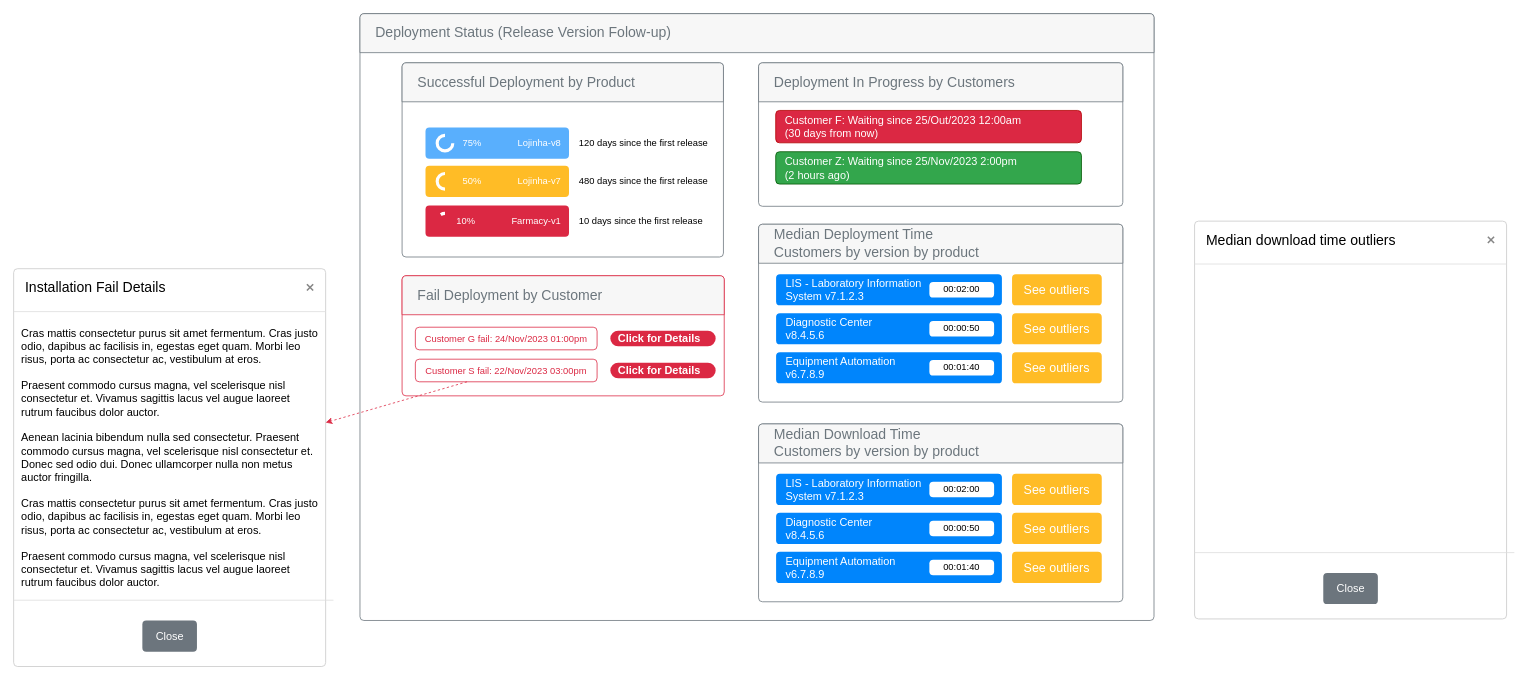
Above: page "Release Version FUP" (4 of 5) of docs/release-manager.drawio in release-manager-2023/concurso-intersystems-2023 (draw.io), before the change. Source tidied: cells renumbered, new cells numbered last; positions are measured from the earlier drawing's top-left corner, leaving out a move shared by most shapes. Both pictures are drawn from the tidied source at 78%, with x=0, y=0 at pixel (13, 13).
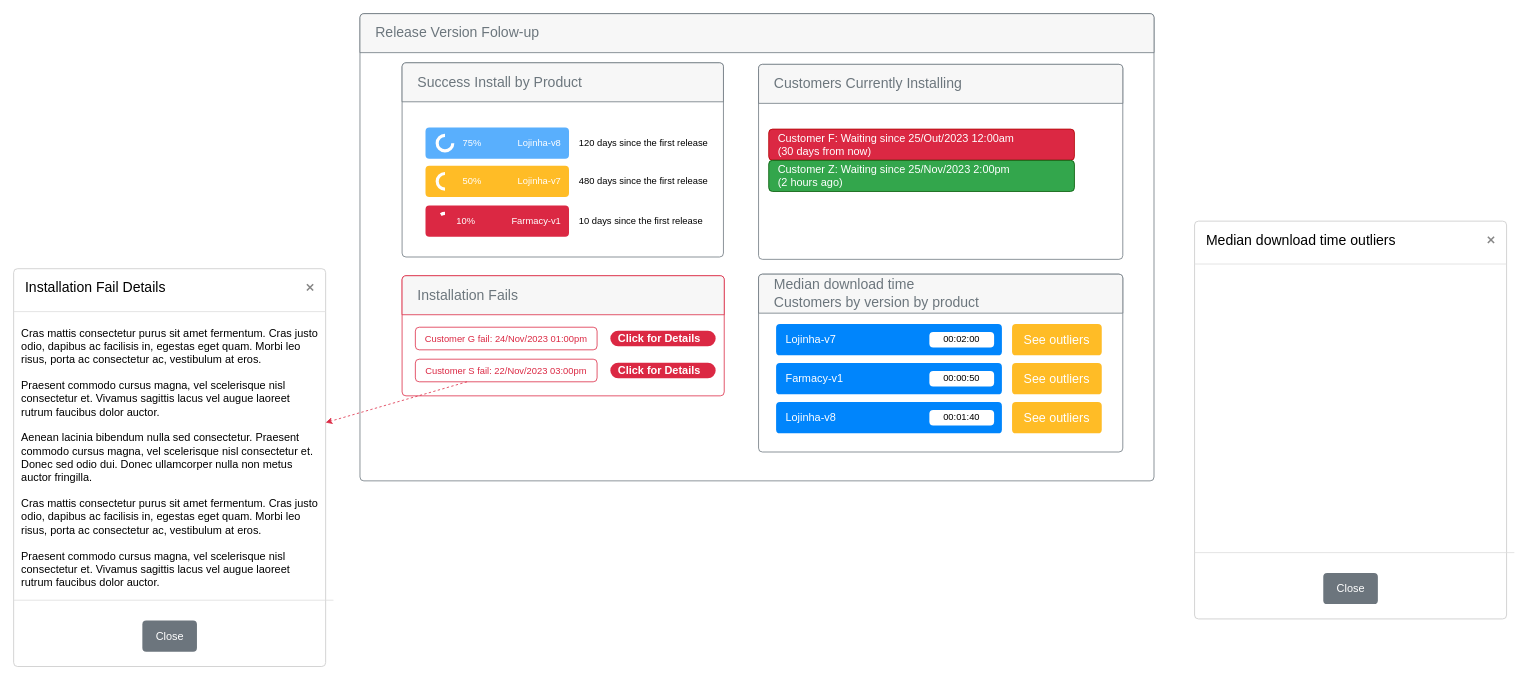
The same diagram, later.

Unchanged cells that the change refers to:
```xml
<mxCell id="4" style="html=1;shadow=0;dashed=0;shape=mxgraph.bootstrap.rrect;rSize=5;strokeColor=#6C767D;html=1;whiteSpace=wrap;fillColor=#ffffff;fontColor=#6C767D;verticalAlign=bottom;align=left;spacing=20;spacingBottom=0;fontSize=14;" parent="2" vertex="1">
  <mxGeometry x="54" y="63" width="412" height="249" as="geometry" />
</mxCell>
<mxCell id="19" style="html=1;shadow=0;dashed=0;shape=mxgraph.bootstrap.rrect;rSize=5;strokeColor=#DB2843;html=1;whiteSpace=wrap;fillColor=#ffffff;fontColor=#DB2843;verticalAlign=bottom;align=left;spacing=20;spacingBottom=0;fontSize=14;" parent="2" vertex="1">
  <mxGeometry x="54" y="336" width="413" height="154" as="geometry" />
</mxCell>
```

Diff of the diagram source:
```diff
@@
     <mxCell id="2" style="html=1;shadow=0;dashed=0;shape=mxgraph.bootstrap.rrect;rSize=5;strokeColor=#6C767D;html=1;whiteSpace=wrap;fillColor=#ffffff;fontColor=#212529;verticalAlign=bottom;align=left;spacing=20;spacingBottom=0;fontSize=14;" parent="1" vertex="1">
-      <mxGeometry x="444" width="1018" height="778" as="geometry" />
+      <mxGeometry x="444" width="1018" height="599" as="geometry" />
     </mxCell>
-    <mxCell id="3" value="Deployment Status (Release Version Folow-up)" style="html=1;shadow=0;dashed=0;shape=mxgraph.bootstrap.topButton;rSize=5;perimeter=none;whiteSpace=wrap;fillColor=#F7F7F7;strokeColor=#6C767D;fontColor=#6C767D;fontSize=18;align=left;spacing=20;" parent="2" vertex="1">
+    <mxCell id="3" value="Release Version Folow-up" style="html=1;shadow=0;dashed=0;shape=mxgraph.bootstrap.topButton;rSize=5;perimeter=none;whiteSpace=wrap;fillColor=#F7F7F7;strokeColor=#6C767D;fontColor=#6C767D;fontSize=18;align=left;spacing=20;" parent="2" vertex="1">
       <mxGeometry width="1018" height="50" relative="1" as="geometry" />
     </mxCell>
@@
-    <mxCell id="5" value="Successful Deployment by Product" style="html=1;shadow=0;dashed=0;shape=mxgraph.bootstrap.topButton;rSize=5;perimeter=none;whiteSpace=wrap;fillColor=#F7F7F7;strokeColor=#6C767D;fontColor=#6C767D;fontSize=18;align=left;spacing=20;" parent="4" vertex="1">
+    <mxCell id="5" value="Success Install by Product" style="html=1;shadow=0;dashed=0;shape=mxgraph.bootstrap.topButton;rSize=5;perimeter=none;whiteSpace=wrap;fillColor=#F7F7F7;strokeColor=#6C767D;fontColor=#6C767D;fontSize=18;align=left;spacing=20;" parent="4" vertex="1">
       <mxGeometry width="412" height="50" relative="1" as="geometry" />
     </mxCell>
@@
     <mxCell id="15" style="html=1;shadow=0;dashed=0;shape=mxgraph.bootstrap.rrect;rSize=5;strokeColor=#6C767D;html=1;whiteSpace=wrap;fillColor=#ffffff;fontColor=#212529;verticalAlign=bottom;align=left;spacing=20;spacingBottom=0;fontSize=14;" parent="2" vertex="1">
-      <mxGeometry x="511" y="63" width="467" height="184" as="geometry" />
+      <mxGeometry x="511" y="65" width="467" height="250" as="geometry" />
     </mxCell>
-    <mxCell id="16" value="Deployment In Progress by Customers" style="html=1;shadow=0;dashed=0;shape=mxgraph.bootstrap.topButton;rSize=5;perimeter=none;whiteSpace=wrap;fillColor=#F7F7F7;strokeColor=#6C767D;fontColor=#6C767D;fontSize=18;align=left;spacing=20;" parent="15" vertex="1">
+    <mxCell id="16" value="Customers Currently Installing" style="html=1;shadow=0;dashed=0;shape=mxgraph.bootstrap.topButton;rSize=5;perimeter=none;whiteSpace=wrap;fillColor=#F7F7F7;strokeColor=#6C767D;fontColor=#6C767D;fontSize=18;align=left;spacing=20;" parent="15" vertex="1">
       <mxGeometry width="467" height="50" relative="1" as="geometry" />
     </mxCell>
     <mxCell id="17" value="Customer F: Waiting since 25/Out/2023 12:00am&lt;br&gt;(30 days from now)" style="html=1;shadow=0;dashed=0;shape=mxgraph.bootstrap.rrect;rSize=5;strokeColor=#B20000;strokeWidth=1;fillColor=#DB2843;whiteSpace=wrap;align=left;verticalAlign=middle;spacingLeft=10;fontSize=14;fontColor=#ffffff;" parent="15" vertex="1">
-      <mxGeometry x="22" y="61.1" width="392" height="41.5" as="geometry" />
+      <mxGeometry x="13" y="83" width="392" height="40" as="geometry" />
     </mxCell>
     <mxCell id="18" value="Customer Z: Waiting since 25/Nov/2023 2:00pm&lt;br&gt;(2 hours ago)" style="html=1;shadow=0;dashed=0;shape=mxgraph.bootstrap.rrect;rSize=5;strokeColor=#005700;strokeWidth=1;fillColor=#33A64C;fontColor=#ffffff;whiteSpace=wrap;align=left;verticalAlign=middle;spacingLeft=10;fontSize=14;" parent="15" vertex="1">
-      <mxGeometry x="22" y="114" width="392" height="41.5" as="geometry" />
+      <mxGeometry x="13" y="123" width="392" height="40" as="geometry" />
     </mxCell>
@@
-    <mxCell id="20" value="Fail Deployment by Customer" style="html=1;shadow=0;dashed=0;shape=mxgraph.bootstrap.topButton;rSize=5;perimeter=none;whiteSpace=wrap;fillColor=#F7F7F7;strokeColor=#DB2843;fontColor=#6C767D;fontSize=18;align=left;spacing=20;" parent="19" vertex="1">
+    <mxCell id="20" value="Installation Fails" style="html=1;shadow=0;dashed=0;shape=mxgraph.bootstrap.topButton;rSize=5;perimeter=none;whiteSpace=wrap;fillColor=#F7F7F7;strokeColor=#DB2843;fontColor=#6C767D;fontSize=18;align=left;spacing=20;" parent="19" vertex="1">
       <mxGeometry width="413" height="50" relative="1" as="geometry" />
     </mxCell>
@@
     <mxCell id="25" style="html=1;shadow=0;dashed=0;shape=mxgraph.bootstrap.rrect;rSize=5;strokeColor=#6C767D;html=1;whiteSpace=wrap;fillColor=#ffffff;fontColor=#212529;verticalAlign=bottom;align=left;spacing=20;spacingBottom=0;fontSize=14;" parent="2" vertex="1">
-      <mxGeometry x="511" y="270" width="467" height="228" as="geometry" />
+      <mxGeometry x="511" y="334" width="467" height="228" as="geometry" />
     </mxCell>
-    <mxCell id="26" value="Median Deployment Time &lt;br&gt;Customers by version by product" style="html=1;shadow=0;dashed=0;shape=mxgraph.bootstrap.topButton;rSize=5;perimeter=none;whiteSpace=wrap;fillColor=#F7F7F7;strokeColor=#6C767D;fontColor=#6C767D;fontSize=18;align=left;spacing=20;" parent="25" vertex="1">
+    <mxCell id="26" value="Median download time &lt;br&gt;Customers by version by product" style="html=1;shadow=0;dashed=0;shape=mxgraph.bootstrap.topButton;rSize=5;perimeter=none;whiteSpace=wrap;fillColor=#F7F7F7;strokeColor=#6C767D;fontColor=#6C767D;fontSize=18;align=left;spacing=20;" parent="25" vertex="1">
       <mxGeometry width="467" height="50" relative="1" as="geometry" />
     </mxCell>
@@
-    <mxCell id="29" value="LIS - Laboratory Information System v7.1.2.3" style="html=1;shadow=0;dashed=0;shape=mxgraph.bootstrap.rrect;rSize=5;strokeColor=none;strokeWidth=1;fillColor=#0085FC;fontColor=#FFFFFF;whiteSpace=wrap;align=left;verticalAlign=middle;spacingLeft=10;fontStyle=0;fontSize=14;spacingRight=100;" parent="25" vertex="1">
+    <mxCell id="29" value="Lojinha-v7" style="html=1;shadow=0;dashed=0;shape=mxgraph.bootstrap.rrect;rSize=5;strokeColor=none;strokeWidth=1;fillColor=#0085FC;fontColor=#FFFFFF;whiteSpace=wrap;align=left;verticalAlign=middle;spacingLeft=10;fontStyle=0;fontSize=14;" parent="25" vertex="1">
       <mxGeometry x="22.5" y="64" width="289.5" height="40" as="geometry" />
     </mxCell>
@@
-    <mxCell id="31" value="Diagnostic Center&lt;br&gt;v8.4.5.6&lt;span style=&quot;padding: 0px 0px 0px 2px;&quot;&gt;&lt;/span&gt;&lt;span style=&quot;padding: 0px 0px 0px 2px;&quot;&gt;&lt;/span&gt;&lt;span style=&quot;padding: 0px 0px 0px 2px;&quot;&gt;&lt;/span&gt;" style="html=1;shadow=0;dashed=0;shape=mxgraph.bootstrap.rrect;rSize=5;strokeColor=none;strokeWidth=1;fillColor=#0085FC;fontColor=#FFFFFF;whiteSpace=wrap;align=left;verticalAlign=middle;spacingLeft=10;fontStyle=0;fontSize=14;" parent="25" vertex="1">
+    <mxCell id="31" value="Farmacy-v1" style="html=1;shadow=0;dashed=0;shape=mxgraph.bootstrap.rrect;rSize=5;strokeColor=none;strokeWidth=1;fillColor=#0085FC;fontColor=#FFFFFF;whiteSpace=wrap;align=left;verticalAlign=middle;spacingLeft=10;fontStyle=0;fontSize=14;" parent="25" vertex="1">
       <mxGeometry x="22.5" y="114" width="289.5" height="40" as="geometry" />
     </mxCell>
@@
-    <mxCell id="33" value="Equipment Automation&lt;br&gt;v6.7.8.9" style="html=1;shadow=0;dashed=0;shape=mxgraph.bootstrap.rrect;rSize=5;strokeColor=none;strokeWidth=1;fillColor=#0085FC;fontColor=#FFFFFF;whiteSpace=wrap;align=left;verticalAlign=middle;spacingLeft=10;fontStyle=0;fontSize=14;" parent="25" vertex="1">
+    <mxCell id="33" value="Lojinha-v8" style="html=1;shadow=0;dashed=0;shape=mxgraph.bootstrap.rrect;rSize=5;strokeColor=none;strokeWidth=1;fillColor=#0085FC;fontColor=#FFFFFF;whiteSpace=wrap;align=left;verticalAlign=middle;spacingLeft=10;fontStyle=0;fontSize=14;" parent="25" vertex="1">
       <mxGeometry x="22.5" y="164" width="289.5" height="40" as="geometry" />
     </mxCell>
@@
-    <mxCell id="36" style="html=1;shadow=0;dashed=0;shape=mxgraph.bootstrap.rrect;rSize=5;strokeColor=#6C767D;html=1;whiteSpace=wrap;fillColor=#ffffff;fontColor=#212529;verticalAlign=bottom;align=left;spacing=20;spacingBottom=0;fontSize=14;" parent="2" vertex="1">
-      <mxGeometry x="511" y="526" width="467" height="228" as="geometry" />
-    </mxCell>
-    <mxCell id="37" value="Median Download Time &lt;br&gt;Customers by version by product" style="html=1;shadow=0;dashed=0;shape=mxgraph.bootstrap.topButton;rSize=5;perimeter=none;whiteSpace=wrap;fillColor=#F7F7F7;strokeColor=#6C767D;fontColor=#6C767D;fontSize=18;align=left;spacing=20;" parent="36" vertex="1">
-      <mxGeometry width="467" height="50" relative="1" as="geometry" />
-    </mxCell>
-    <mxCell id="38" value="See outliers" style="html=1;shadow=0;dashed=0;shape=mxgraph.bootstrap.rrect;rSize=5;strokeColor=none;strokeWidth=1;fillColor=#FFBC26;fontColor=#FFFFFF;whiteSpace=wrap;align=center;verticalAlign=middle;spacingLeft=0;fontStyle=0;fontSize=16;spacing=5;" parent="36" vertex="1">
-      <mxGeometry x="325" y="64" width="115" height="40" as="geometry" />
-    </mxCell>
-    <mxCell id="39" value="See outliers" style="html=1;shadow=0;dashed=0;shape=mxgraph.bootstrap.rrect;rSize=5;strokeColor=none;strokeWidth=1;fillColor=#FFBC26;fontColor=#FFFFFF;whiteSpace=wrap;align=center;verticalAlign=middle;spacingLeft=0;fontStyle=0;fontSize=16;spacing=5;" parent="36" vertex="1">
-      <mxGeometry x="325" y="114" width="115" height="40" as="geometry" />
-    </mxCell>
-    <mxCell id="40" value="LIS - Laboratory Information System v7.1.2.3" style="html=1;shadow=0;dashed=0;shape=mxgraph.bootstrap.rrect;rSize=5;strokeColor=none;strokeWidth=1;fillColor=#0085FC;fontColor=#FFFFFF;whiteSpace=wrap;align=left;verticalAlign=middle;spacingLeft=10;fontStyle=0;fontSize=14;spacingRight=100;" parent="36" vertex="1">
-      <mxGeometry x="22.5" y="64" width="289.5" height="40" as="geometry" />
-    </mxCell>
-    <mxCell id="41" value="00:02:00" style="html=1;shadow=0;dashed=0;shape=mxgraph.bootstrap.rrect;rSize=5;strokeColor=none;strokeWidth=1;fillColor=#ffffff;fontColor=#000000;whiteSpace=wrap;align=center;verticalAlign=middle;fontSize=12;" parent="40" vertex="1">
-      <mxGeometry x="1" y="0.5" width="83" height="20" relative="1" as="geometry">
-        <mxPoint x="-93" y="-10" as="offset" />
-      </mxGeometry>
-    </mxCell>
-    <mxCell id="42" value="Diagnostic Center&lt;br&gt;v8.4.5.6&lt;span style=&quot;padding: 0px 0px 0px 2px;&quot;&gt;&lt;/span&gt;&lt;span style=&quot;padding: 0px 0px 0px 2px;&quot;&gt;&lt;/span&gt;&lt;span style=&quot;padding: 0px 0px 0px 2px;&quot;&gt;&lt;/span&gt;" style="html=1;shadow=0;dashed=0;shape=mxgraph.bootstrap.rrect;rSize=5;strokeColor=none;strokeWidth=1;fillColor=#0085FC;fontColor=#FFFFFF;whiteSpace=wrap;align=left;verticalAlign=middle;spacingLeft=10;fontStyle=0;fontSize=14;" parent="36" vertex="1">
-      <mxGeometry x="22.5" y="114" width="289.5" height="40" as="geometry" />
-    </mxCell>
-    <mxCell id="43" value="00:00:50" style="html=1;shadow=0;dashed=0;shape=mxgraph.bootstrap.rrect;rSize=5;strokeColor=none;strokeWidth=1;fillColor=#ffffff;fontColor=#000000;whiteSpace=wrap;align=center;verticalAlign=middle;fontSize=12;" parent="42" vertex="1">
-      <mxGeometry x="1" y="0.5" width="83" height="20" relative="1" as="geometry">
-        <mxPoint x="-93" y="-10" as="offset" />
-      </mxGeometry>
-    </mxCell>
-    <mxCell id="44" value="Equipment Automation&lt;br&gt;v6.7.8.9" style="html=1;shadow=0;dashed=0;shape=mxgraph.bootstrap.rrect;rSize=5;strokeColor=none;strokeWidth=1;fillColor=#0085FC;fontColor=#FFFFFF;whiteSpace=wrap;align=left;verticalAlign=middle;spacingLeft=10;fontStyle=0;fontSize=14;" parent="36" vertex="1">
-      <mxGeometry x="22.5" y="164" width="289.5" height="40" as="geometry" />
-    </mxCell>
-    <mxCell id="45" value="00:01:40" style="html=1;shadow=0;dashed=0;shape=mxgraph.bootstrap.rrect;rSize=5;strokeColor=none;strokeWidth=1;fillColor=#ffffff;fontColor=#000000;whiteSpace=wrap;align=center;verticalAlign=middle;fontSize=12;" parent="44" vertex="1">
-      <mxGeometry x="1" y="0.5" width="83" height="20" relative="1" as="geometry">
-        <mxPoint x="-93" y="-10" as="offset" />
-      </mxGeometry>
-    </mxCell>
-    <mxCell id="46" value="See outliers" style="html=1;shadow=0;dashed=0;shape=mxgraph.bootstrap.rrect;rSize=5;strokeColor=none;strokeWidth=1;fillColor=#FFBC26;fontColor=#FFFFFF;whiteSpace=wrap;align=center;verticalAlign=middle;spacingLeft=0;fontStyle=0;fontSize=16;spacing=5;" parent="36" vertex="1">
-      <mxGeometry x="325" y="164" width="115" height="40" as="geometry" />
-    </mxCell>
```
